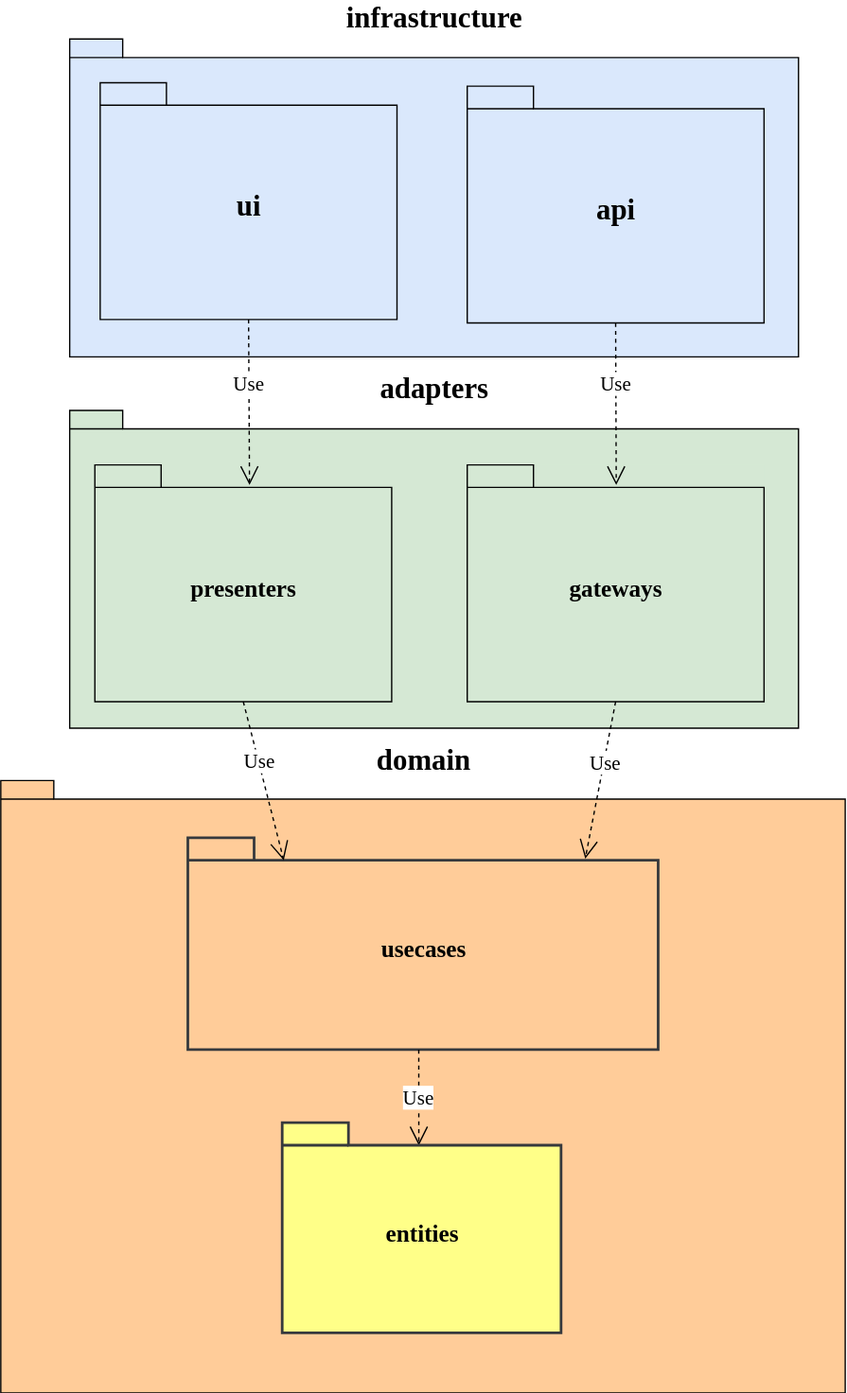
This is diagrams/packages-uml.svg from AlexanderLapygin/ca-react-rest-api-starter, a draw.io export, as it was before one commit. Source tidied: cells renumbered, new cells last; positions are measured from the earlier drawing's top-left corner, leaving out a move shared by most shapes.
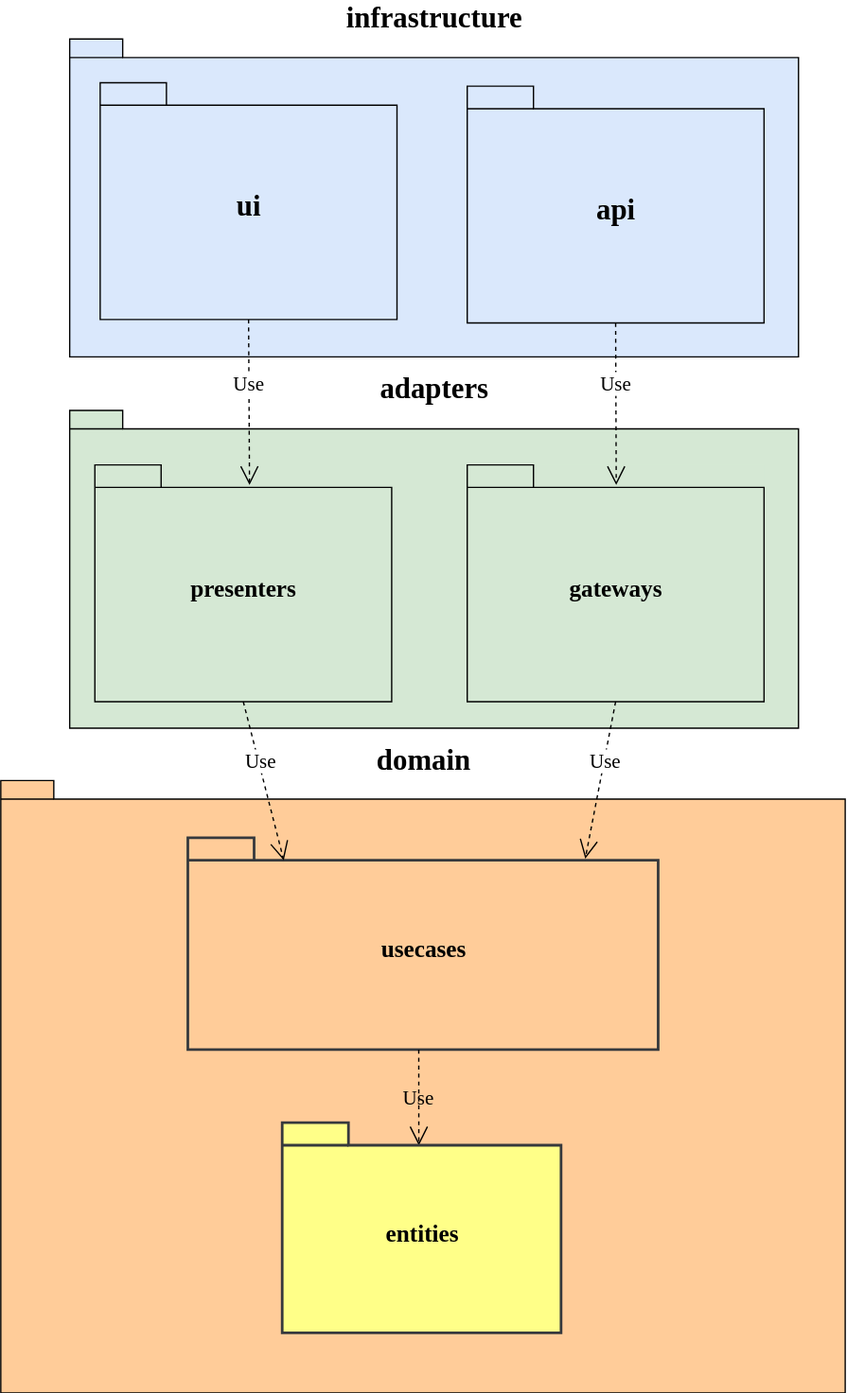
The same file after the commit.

Diff of the diagram source:
```diff
@@ -14,7 +14,7 @@
     <mxCell id="5" value="&lt;font style=&quot;font-size: 18px&quot;&gt;usecases&lt;/font&gt;" style="shape=folder;fontStyle=1;spacingTop=10;tabWidth=50;tabHeight=17;tabPosition=left;html=1;rounded=0;shadow=0;comic=0;labelBackgroundColor=none;strokeWidth=2;fontFamily=Verdana;fontSize=12;align=center;labelPosition=center;verticalLabelPosition=middle;verticalAlign=middle;fillColor=#ffcc99;strokeColor=#36393d;" parent="3" vertex="1">
       <mxGeometry x="141.2" y="43.1" width="354.9" height="160" as="geometry" />
     </mxCell>
-    <mxCell id="6" value="Use" style="endArrow=open;endSize=12;dashed=1;html=1;fontFamily=Verdana;fontSize=15;entryX=0.49;entryY=0.108;entryDx=0;entryDy=0;entryPerimeter=0;exitX=0.491;exitY=1.001;exitDx=0;exitDy=0;exitPerimeter=0;" parent="3" edge="1" source="5" target="8">
+    <mxCell id="6" value="Use" style="endArrow=open;endSize=12;dashed=1;html=1;fontFamily=Verdana;fontSize=15;entryX=0.49;entryY=0.108;entryDx=0;entryDy=0;entryPerimeter=0;exitX=0.491;exitY=1.001;exitDx=0;exitDy=0;exitPerimeter=0;labelBackgroundColor=none;" parent="3" edge="1" source="5" target="8">
       <mxGeometry relative="1" as="geometry" />
     </mxCell>
     <mxCell id="7" style="group;fontSize=13;labelPosition=center;verticalLabelPosition=middle;align=center;verticalAlign=middle;fillColor=none;strokeColor=none;strokeWidth=2;" parent="3" vertex="1">
```
